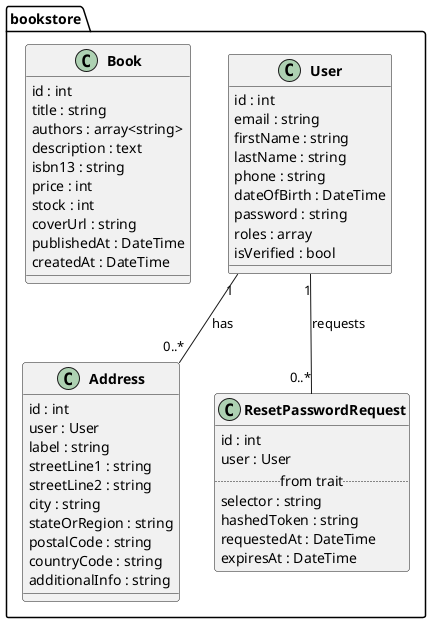
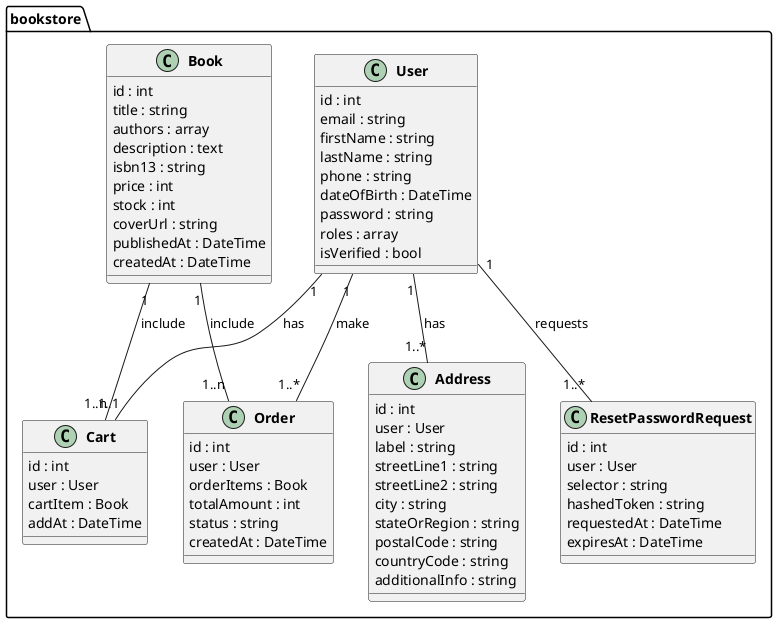
@startuml
skinparam classAttributeIconSize 0
skinparam classFontStyle bold

package "bookstore" {

    class User {
        id : int
        email : string
        firstName : string
        lastName : string
        phone : string
        dateOfBirth : DateTime
        password : string
        roles : array
        isVerified : bool
    }

    class Address {
        id : int
        user : User
        label : string
        streetLine1 : string
        streetLine2 : string
        city : string
        stateOrRegion : string
        postalCode : string
        countryCode : string
        additionalInfo : string
    }

    class Book {
        id : int
        title : string
-         authors : array<string>
+         authors : array
        description : text
        isbn13 : string
        price : int
        stock : int
        coverUrl : string
        publishedAt : DateTime
        createdAt : DateTime
    }

+     class Cart {
+         id : int
+         user : User
+         cartItem : Book
+         addAt : DateTime
+     }
+ 
+     class Order {
+         id : int
+         user : User
+         orderItems : Book
+         totalAmount : int
+         status : string
+         createdAt : DateTime
+     }
+ 
    class ResetPasswordRequest {
        id : int
        user : User
-         ..from trait..
        selector : string
        hashedToken : string
        requestedAt : DateTime
        expiresAt : DateTime
    }

-     User "1" -- "0..*" Address : has
-     User "1" -- "0..*" ResetPasswordRequest : requests
+     User "1" -- "1..*" Address : has
+     User "1" -- "1..*" ResetPasswordRequest : requests
+     User "1" -- "1..1" Cart : has
+     User "1" -- "1..*" Order: make
+     Book "1" -- "1..n" Cart: include
+     Book "1" -- "1..n" Order: include
}

@enduml
